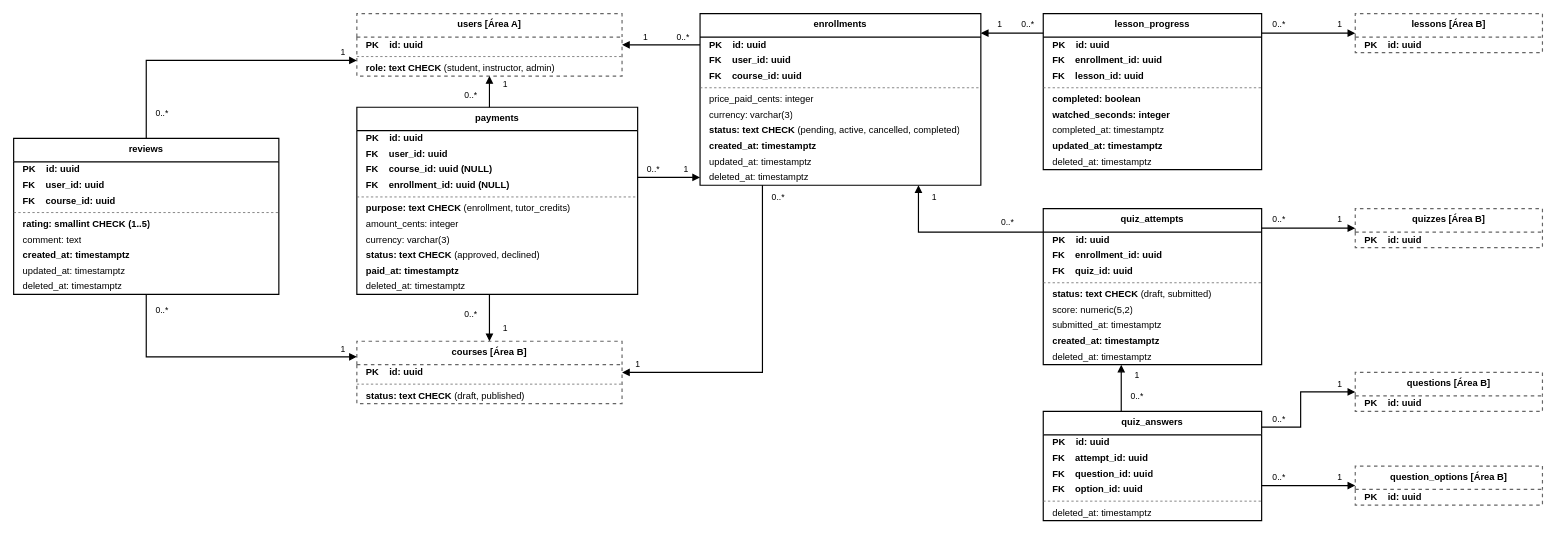
Above: especificacao/diagramas/12-modelo-de-dados-area-c.drawio in Plataforma-de-Cursos-TCC/plataforma-cursos-docs (draw.io), before the change. Source tidied: cells renumbered, new cells numbered last; positions are measured from the earlier drawing's top-left corner, leaving out a move shared by most shapes. Both pictures are drawn from the tidied source at 78%, with x=0, y=0 at pixel (13, 13).
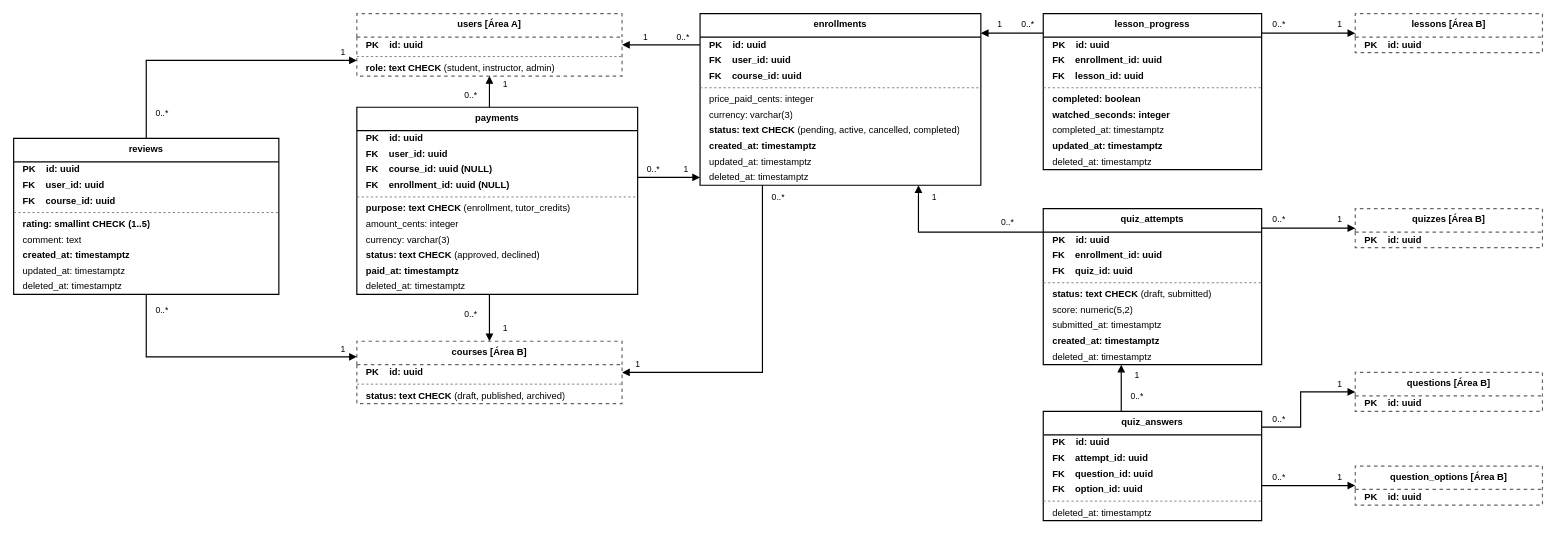
After the change.

Commit message (it also covers changes not shown here):
fix(area-c): include archived status in courses and align UC020 SQL queries

Unchanged cells that the change refers to:
```xml
<mxCell id="16" value="courses [Área B]" style="swimlane;fontStyle=1;align=center;verticalAlign=top;horizontal=1;startSize=30;whiteSpace=wrap;html=1;fillColor=#FFFFFF;strokeColor=#666666;strokeWidth=1.5;strokeFactor=1;dashed=1;fontFamily=Helvetica;fontSize=12;" parent="1" vertex="1">
  <mxGeometry x="440" y="420" width="340" height="80" as="geometry" />
</mxCell>
```

Diff of the diagram source:
```diff
@@
-    <mxCell id="19" value="&lt;b&gt;status: text CHECK&lt;/b&gt; (draft, published)" style="text;strokeColor=none;fillColor=none;align=left;verticalAlign=middle;spacingLeft=10;spacingRight=10;overflow=hidden;fontFamily=Helvetica;fontSize=12;html=1;" parent="16" vertex="1">
+    <mxCell id="19" value="&lt;b&gt;status: text CHECK&lt;/b&gt; (draft, published, archived)" style="text;strokeColor=none;fillColor=none;align=left;verticalAlign=middle;spacingLeft=10;spacingRight=10;overflow=hidden;fontFamily=Helvetica;fontSize=12;html=1;" parent="16" vertex="1">
       <mxGeometry y="60" width="340" height="20" as="geometry" />
     </mxCell>
```
